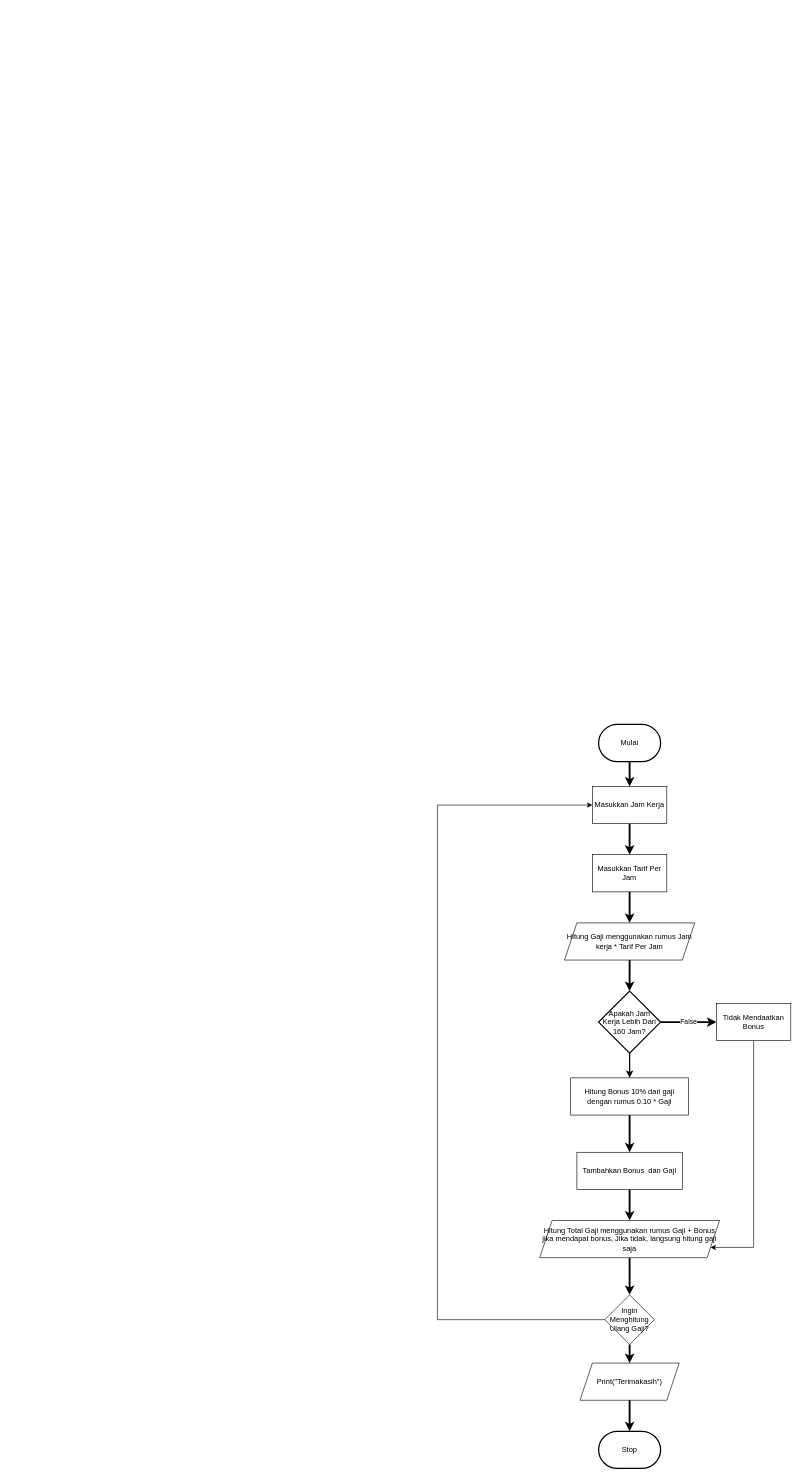
Earlier version of the draw.io diagram Diagram Tanpa Judul.drawio (dffasyhrndy/Mini-Project-1). Source tidied: cells renumbered, new cells numbered last; positions are measured from the earlier drawing's top-left corner, leaving out a move shared by most shapes. Both pictures are drawn from the tidied source at 62%, with x=0, y=0 at pixel (437, 724).
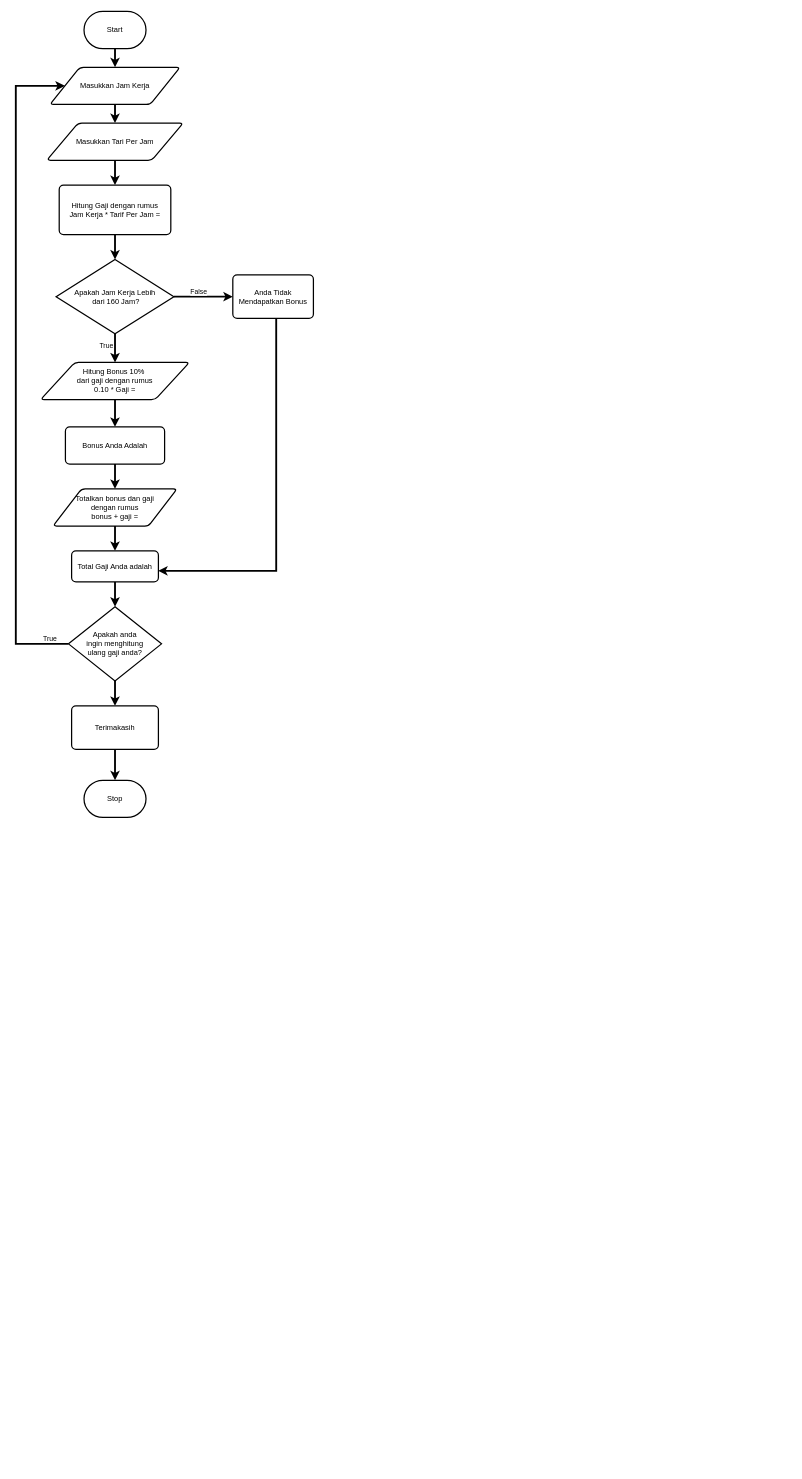
The same page after the edit.

What changed in the source:
```diff
@@
-    <mxCell id="2" style="edgeStyle=orthogonalEdgeStyle;rounded=0;jettySize=auto;html=1;entryX=0.5;entryY=0;entryDx=0;entryDy=0;strokeWidth=3;" parent="1" edge="1" source="3" target="5">
-      <mxGeometry relative="1" as="geometry" />
-    </mxCell>
-    <mxCell id="3" value="Mulai" style="strokeWidth=2;html=1;shape=mxgraph.flowchart.terminator;whiteSpace=wrap;" parent="1" vertex="1">
-      <mxGeometry x="260" width="100" height="60" as="geometry" />
-    </mxCell>
-    <mxCell id="4" style="edgeStyle=orthogonalEdgeStyle;rounded=0;jettySize=auto;html=1;entryX=0.5;entryY=0;entryDx=0;entryDy=0;strokeWidth=3;" parent="1" edge="1" source="5" target="7">
-      <mxGeometry relative="1" as="geometry" />
-    </mxCell>
+    <mxCell id="27" style="edgeStyle=orthogonalEdgeStyle;rounded=0;jettySize=auto;html=1;strokeWidth=3;" parent="1" edge="1" source="28" target="5">
+      <mxGeometry relative="1" as="geometry" />
+    </mxCell>
+    <mxCell id="28" value="Start" style="strokeWidth=2;html=1;shape=mxgraph.flowchart.terminator;whiteSpace=wrap;" parent="1" vertex="1">
+      <mxGeometry x="-570" y="-1150" width="100" height="60" as="geometry" />
+    </mxCell>
+    <mxCell id="29" style="edgeStyle=orthogonalEdgeStyle;rounded=0;jettySize=auto;html=1;strokeWidth=3;" parent="1" edge="1" source="5" target="31">
+      <mxGeometry relative="1" as="geometry" />
+    </mxCell>
-    <mxCell id="5" value="Masukkan Jam Kerja" style="rounded=0;whiteSpace=wrap;html=1;" parent="1" vertex="1">
-      <mxGeometry x="250" y="100" width="120" height="60" as="geometry" />
+    <mxCell id="5" value="Masukkan Jam Kerja" style="shape=parallelogram;html=1;strokeWidth=2;perimeter=parallelogramPerimeter;whiteSpace=wrap;rounded=1;arcSize=12;size=0.23;" parent="1" vertex="1">
+      <mxGeometry x="-625" y="-1060" width="210" height="60" as="geometry" />
     </mxCell>
-    <mxCell id="6" style="edgeStyle=orthogonalEdgeStyle;rounded=0;jettySize=auto;html=1;entryX=0.5;entryY=0;entryDx=0;entryDy=0;strokeWidth=3;" parent="1" edge="1" source="7" target="9">
-      <mxGeometry relative="1" as="geometry" />
-    </mxCell>
-    <mxCell id="7" value="Masukkan Tarif Per Jam" style="rounded=0;whiteSpace=wrap;html=1;" parent="1" vertex="1">
-      <mxGeometry x="250" y="210" width="120" height="60" as="geometry" />
-    </mxCell>
-    <mxCell id="8" style="edgeStyle=orthogonalEdgeStyle;rounded=0;jettySize=auto;html=1;strokeWidth=3;" parent="1" edge="1" source="9" target="12">
-      <mxGeometry relative="1" as="geometry" />
-    </mxCell>
-    <mxCell id="9" value="Hitung Gaji menggunakan rumus Jam kerja * Tarif Per Jam" style="shape=parallelogram;perimeter=parallelogramPerimeter;whiteSpace=wrap;html=1;fixedSize=1;" parent="1" vertex="1">
-      <mxGeometry x="205" y="320" width="210" height="60" as="geometry" />
-    </mxCell>
-    <mxCell id="10" style="edgeStyle=orthogonalEdgeStyle;rounded=0;jettySize=auto;html=1;strokeWidth=2;" parent="1" edge="1" source="12" target="14">
-      <mxGeometry relative="1" as="geometry" />
-    </mxCell>
+    <mxCell id="30" style="edgeStyle=orthogonalEdgeStyle;rounded=0;jettySize=auto;html=1;strokeWidth=3;" parent="1" edge="1" source="31" target="33">
+      <mxGeometry relative="1" as="geometry" />
+    </mxCell>
+    <mxCell id="31" value="Masukkan Tari Per Jam" style="shape=parallelogram;html=1;strokeWidth=2;perimeter=parallelogramPerimeter;whiteSpace=wrap;rounded=1;arcSize=12;size=0.23;" parent="1" vertex="1">
+      <mxGeometry x="-630" y="-970" width="220" height="60" as="geometry" />
+    </mxCell>
+    <mxCell id="32" style="edgeStyle=orthogonalEdgeStyle;rounded=0;jettySize=auto;html=1;strokeWidth=3;" parent="1" edge="1" source="33" target="37">
+      <mxGeometry relative="1" as="geometry" />
+    </mxCell>
+    <mxCell id="33" value="Hitung Gaji dengan rumus&lt;div&gt;Jam Kerja * Tarif Per Jam =&lt;/div&gt;" style="rounded=1;whiteSpace=wrap;html=1;absoluteArcSize=1;arcSize=14;strokeWidth=2;" parent="1" vertex="1">
+      <mxGeometry x="-610" y="-870" width="180" height="80" as="geometry" />
+    </mxCell>
+    <mxCell id="34" style="edgeStyle=orthogonalEdgeStyle;rounded=0;jettySize=auto;html=1;strokeWidth=3;" parent="1" edge="1" source="37" target="38">
+      <mxGeometry relative="1" as="geometry" />
+    </mxCell>
-    <mxCell id="11" value="False" style="edgeStyle=orthogonalEdgeStyle;rounded=0;jettySize=auto;html=1;strokeWidth=3;" parent="1" edge="1" source="12" target="16">
-      <mxGeometry relative="1" as="geometry" />
+    <mxCell id="11" value="False" style="edgeLabel;html=1;align=center;verticalAlign=middle;" parent="34" vertex="1">
+      <mxGeometry x="-0.22" y="1" relative="1" as="geometry">
+        <mxPoint x="2" y="-8" as="offset" />
+      </mxGeometry>
     </mxCell>
-    <mxCell id="12" value="Apakah Jam Kerja Lebih Dari 160 Jam?" style="strokeWidth=2;html=1;shape=mxgraph.flowchart.decision;whiteSpace=wrap;" parent="1" vertex="1">
-      <mxGeometry x="260" y="430" width="100" height="100" as="geometry" />
-    </mxCell>
-    <mxCell id="13" style="edgeStyle=orthogonalEdgeStyle;rounded=0;jettySize=auto;html=1;strokeWidth=3;" parent="1" edge="1" source="14" target="18">
-      <mxGeometry relative="1" as="geometry" />
-    </mxCell>
-    <mxCell id="14" value="Hitung Bonus 10% dari gaji dengan rumus 0.10 * Gaji" style="rounded=0;whiteSpace=wrap;html=1;" parent="1" vertex="1">
-      <mxGeometry x="215" y="570" width="190" height="60" as="geometry" />
-    </mxCell>
-    <mxCell id="15" style="edgeStyle=orthogonalEdgeStyle;rounded=0;jettySize=auto;html=1;entryX=1;entryY=0.75;entryDx=0;entryDy=0;" parent="1" edge="1" source="16" target="20">
-      <mxGeometry relative="1" as="geometry">
-        <Array as="points">
-          <mxPoint x="510" y="843" />
-        </Array>
-      </mxGeometry>
-    </mxCell>
-    <mxCell id="16" value="Tidak Mendaatkan Bonus" style="rounded=0;whiteSpace=wrap;html=1;" parent="1" vertex="1">
-      <mxGeometry x="450" y="450" width="120" height="60" as="geometry" />
-    </mxCell>
-    <mxCell id="17" style="edgeStyle=orthogonalEdgeStyle;rounded=0;jettySize=auto;html=1;strokeWidth=3;" parent="1" edge="1" source="18" target="20">
-      <mxGeometry relative="1" as="geometry" />
-    </mxCell>
-    <mxCell id="18" value="Tambahkan Bonus&amp;nbsp; dan Gaji" style="rounded=0;whiteSpace=wrap;html=1;" parent="1" vertex="1">
-      <mxGeometry x="225" y="690" width="170" height="60" as="geometry" />
-    </mxCell>
-    <mxCell id="19" style="edgeStyle=orthogonalEdgeStyle;rounded=0;jettySize=auto;html=1;strokeWidth=3;" parent="1" edge="1" source="20" target="22">
-      <mxGeometry relative="1" as="geometry" />
-    </mxCell>
-    <mxCell id="20" value="Hitung Total Gaji menggunakan rumus Gaji + Bonus jika mendapat bonus, Jika tidak, langsung hitung gaji saja" style="shape=parallelogram;perimeter=parallelogramPerimeter;whiteSpace=wrap;html=1;fixedSize=1;" parent="1" vertex="1">
-      <mxGeometry x="165" y="800" width="290" height="60" as="geometry" />
-    </mxCell>
-    <mxCell id="21" style="edgeStyle=orthogonalEdgeStyle;rounded=0;jettySize=auto;html=1;strokeWidth=3;" parent="1" edge="1" source="22" target="23">
-      <mxGeometry relative="1" as="geometry" />
-    </mxCell>
-    <mxCell id="22" value="Ingin Menghitung Ulang Gaji?" style="rhombus;whiteSpace=wrap;html=1;" parent="1" vertex="1">
-      <mxGeometry x="270" y="920" width="80" height="80" as="geometry" />
-    </mxCell>
-    <mxCell id="23" value="Print(&quot;Terimakasih&quot;)" style="shape=parallelogram;perimeter=parallelogramPerimeter;whiteSpace=wrap;html=1;fixedSize=1;" parent="1" vertex="1">
-      <mxGeometry x="230" y="1030" width="160" height="60" as="geometry" />
-    </mxCell>
+    <mxCell id="35" style="edgeStyle=orthogonalEdgeStyle;rounded=0;jettySize=auto;html=1;strokeWidth=3;" parent="1" edge="1" source="37" target="40">
+      <mxGeometry relative="1" as="geometry" />
+    </mxCell>
+    <mxCell id="36" value="True" style="edgeLabel;html=1;align=center;verticalAlign=middle;" parent="35" vertex="1">
+      <mxGeometry x="-0.37" y="2" relative="1" as="geometry">
+        <mxPoint x="-17" y="4" as="offset" />
+      </mxGeometry>
+    </mxCell>
+    <mxCell id="37" value="Apakah Jam Kerja Lebih&lt;div&gt;&amp;nbsp;dari 160 Jam?&lt;/div&gt;" style="strokeWidth=2;html=1;shape=mxgraph.flowchart.decision;whiteSpace=wrap;" parent="1" vertex="1">
+      <mxGeometry x="-615" y="-750" width="190" height="120" as="geometry" />
+    </mxCell>
+    <mxCell id="38" value="Anda Tidak Mendapatkan Bonus" style="rounded=1;whiteSpace=wrap;html=1;absoluteArcSize=1;arcSize=14;strokeWidth=2;" parent="1" vertex="1">
+      <mxGeometry x="-330" y="-725" width="130" height="70" as="geometry" />
+    </mxCell>
+    <mxCell id="39" style="edgeStyle=orthogonalEdgeStyle;rounded=0;jettySize=auto;html=1;strokeWidth=3;" parent="1" edge="1" source="40" target="42">
+      <mxGeometry relative="1" as="geometry" />
+    </mxCell>
+    <mxCell id="40" value="Hitung Bonus 10%&amp;nbsp;&lt;div&gt;dari gaji dengan rumus&lt;div&gt;0.10 * Gaji =&lt;/div&gt;&lt;/div&gt;" style="shape=parallelogram;html=1;strokeWidth=2;perimeter=parallelogramPerimeter;whiteSpace=wrap;rounded=1;arcSize=12;size=0.23;" parent="1" vertex="1">
+      <mxGeometry x="-640" y="-584" width="240" height="60" as="geometry" />
+    </mxCell>
+    <mxCell id="41" style="edgeStyle=orthogonalEdgeStyle;rounded=0;jettySize=auto;html=1;strokeWidth=3;" parent="1" edge="1" source="42" target="44">
+      <mxGeometry relative="1" as="geometry" />
+    </mxCell>
+    <mxCell id="42" value="Bonus Anda Adalah" style="rounded=1;whiteSpace=wrap;html=1;absoluteArcSize=1;arcSize=14;strokeWidth=2;" parent="1" vertex="1">
+      <mxGeometry x="-600" y="-480" width="160" height="60" as="geometry" />
+    </mxCell>
+    <mxCell id="43" style="edgeStyle=orthogonalEdgeStyle;rounded=0;jettySize=auto;html=1;strokeWidth=3;" parent="1" edge="1" source="44" target="46">
+      <mxGeometry relative="1" as="geometry" />
+    </mxCell>
+    <mxCell id="44" value="Totalkan bonus dan gaji&lt;div&gt;dengan rumus&lt;/div&gt;&lt;div&gt;bonus + gaji =&lt;/div&gt;" style="shape=parallelogram;html=1;strokeWidth=2;perimeter=parallelogramPerimeter;whiteSpace=wrap;rounded=1;arcSize=12;size=0.23;" parent="1" vertex="1">
+      <mxGeometry x="-620" y="-380" width="200" height="60" as="geometry" />
+    </mxCell>
+    <mxCell id="45" style="edgeStyle=orthogonalEdgeStyle;rounded=0;jettySize=auto;html=1;strokeWidth=3;" parent="1" edge="1" source="46" target="50">
+      <mxGeometry relative="1" as="geometry" />
+    </mxCell>
+    <mxCell id="46" value="Total Gaji Anda adalah" style="rounded=1;whiteSpace=wrap;html=1;absoluteArcSize=1;arcSize=14;strokeWidth=2;" parent="1" vertex="1">
+      <mxGeometry x="-590" y="-280" width="140" height="50" as="geometry" />
+    </mxCell>
+    <mxCell id="47" style="edgeStyle=orthogonalEdgeStyle;rounded=0;jettySize=auto;html=1;strokeWidth=3;" parent="1" edge="1" source="50" target="5">
+      <mxGeometry relative="1" as="geometry">
+        <Array as="points">
+          <mxPoint x="-680" y="-130" />
+          <mxPoint x="-680" y="-1030" />
+        </Array>
+      </mxGeometry>
+    </mxCell>
+    <mxCell id="48" value="True" style="edgeLabel;html=1;align=center;verticalAlign=middle;" parent="47" vertex="1">
+      <mxGeometry x="-0.96" y="2" relative="1" as="geometry">
+        <mxPoint x="-10" y="-11" as="offset" />
+      </mxGeometry>
+    </mxCell>
+    <mxCell id="49" style="edgeStyle=orthogonalEdgeStyle;rounded=0;jettySize=auto;html=1;strokeWidth=3;" parent="1" edge="1" source="50" target="53">
+      <mxGeometry relative="1" as="geometry" />
+    </mxCell>
+    <mxCell id="50" value="Apakah anda&lt;div&gt;ingin menghitung&lt;/div&gt;&lt;div&gt;ulang gaji anda?&lt;/div&gt;" style="strokeWidth=2;html=1;shape=mxgraph.flowchart.decision;whiteSpace=wrap;" parent="1" vertex="1">
+      <mxGeometry x="-595" y="-190" width="150" height="120" as="geometry" />
+    </mxCell>
+    <mxCell id="51" style="edgeStyle=orthogonalEdgeStyle;rounded=0;jettySize=auto;html=1;entryX=0.997;entryY=0.644;entryDx=0;entryDy=0;entryPerimeter=0;strokeWidth=3;" parent="1" edge="1" source="38" target="46">
+      <mxGeometry relative="1" as="geometry">
+        <Array as="points">
+          <mxPoint x="-260" y="-248" />
+        </Array>
+      </mxGeometry>
+    </mxCell>
+    <mxCell id="52" style="edgeStyle=orthogonalEdgeStyle;rounded=0;jettySize=auto;html=1;strokeWidth=3;" parent="1" edge="1" source="53" target="24">
+      <mxGeometry relative="1" as="geometry" />
+    </mxCell>
+    <mxCell id="53" value="Terimakasih" style="rounded=1;whiteSpace=wrap;html=1;absoluteArcSize=1;arcSize=14;strokeWidth=2;" parent="1" vertex="1">
+      <mxGeometry x="-590" y="-30" width="140" height="70" as="geometry" />
+    </mxCell>
     <mxCell id="24" value="Stop" style="strokeWidth=2;html=1;shape=mxgraph.flowchart.terminator;whiteSpace=wrap;" parent="1" vertex="1">
-      <mxGeometry x="260" y="1140" width="100" height="60" as="geometry" />
+      <mxGeometry x="-570" y="90" width="100" height="60" as="geometry" />
     </mxCell>
-    <mxCell id="25" style="edgeStyle=orthogonalEdgeStyle;rounded=0;jettySize=auto;html=1;exitX=0.5;exitY=1;exitDx=0;exitDy=0;entryX=0.5;entryY=0;entryDx=0;entryDy=0;entryPerimeter=0;strokeWidth=3;" parent="1" edge="1" source="23" target="24">
-      <mxGeometry relative="1" as="geometry" />
-    </mxCell>
-    <mxCell id="26" style="edgeStyle=orthogonalEdgeStyle;rounded=0;jettySize=auto;html=1;entryX=0;entryY=0.5;entryDx=0;entryDy=0;entryPerimeter=0;" parent="1" edge="1" source="22" target="5">
-      <mxGeometry relative="1" as="geometry">
-        <Array as="points">
-          <mxPoint y="960" />
-          <mxPoint y="130" />
-        </Array>
-      </mxGeometry>
-    </mxCell>
```
